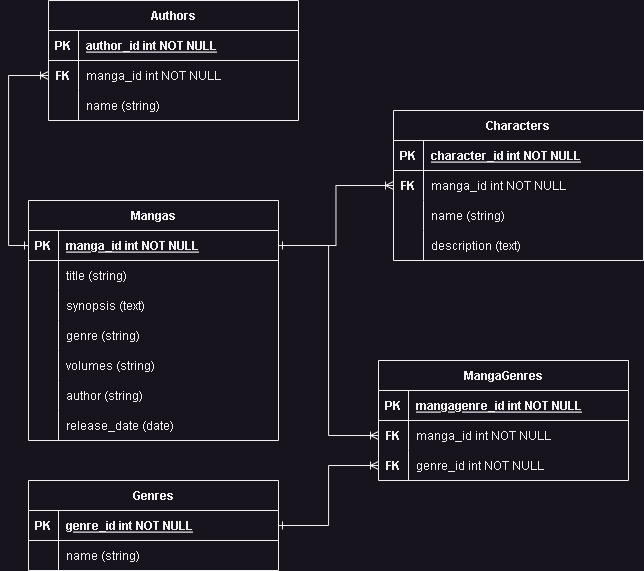
Before: images/erd.png, a diagram exported from draw.io (Hanz-Ian/manga_on_rails). Source tidied: cells renumbered, new cells last; positions are measured from the earlier drawing's top-left corner, leaving out a move shared by most shapes.
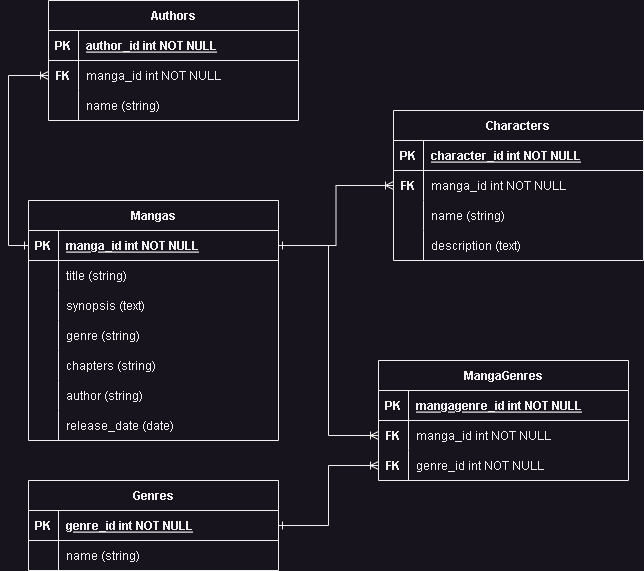
Later version of the same file.

Commit message:
1.3.1 - Generated a Manga model. - Fixed ERD image (Manga table's 'volumes' > 'chapters'.

Change to the diagram source:
```diff
@@ -86,7 +86,7 @@
     <mxCell id="29" style="shape=partialRectangle;overflow=hidden;fillColor=none;top=0;left=0;bottom=0;right=0;" parent="28" vertex="1">
       <mxGeometry width="30" height="30" as="geometry" />
     </mxCell>
-    <mxCell id="30" value="volumes (string)" style="shape=partialRectangle;overflow=hidden;fillColor=none;top=0;left=0;bottom=0;right=0;align=left;spacingLeft=6;" parent="28" vertex="1">
+    <mxCell id="30" value="chapters (string)" style="shape=partialRectangle;overflow=hidden;fillColor=none;top=0;left=0;bottom=0;right=0;align=left;spacingLeft=6;" parent="28" vertex="1">
       <mxGeometry x="30" width="220" height="30" as="geometry" />
     </mxCell>
     <mxCell id="31" style="shape=partialRectangle;fillColor=none;top=0;left=0;right=0;bottom=0;" parent="15" vertex="1">
```
